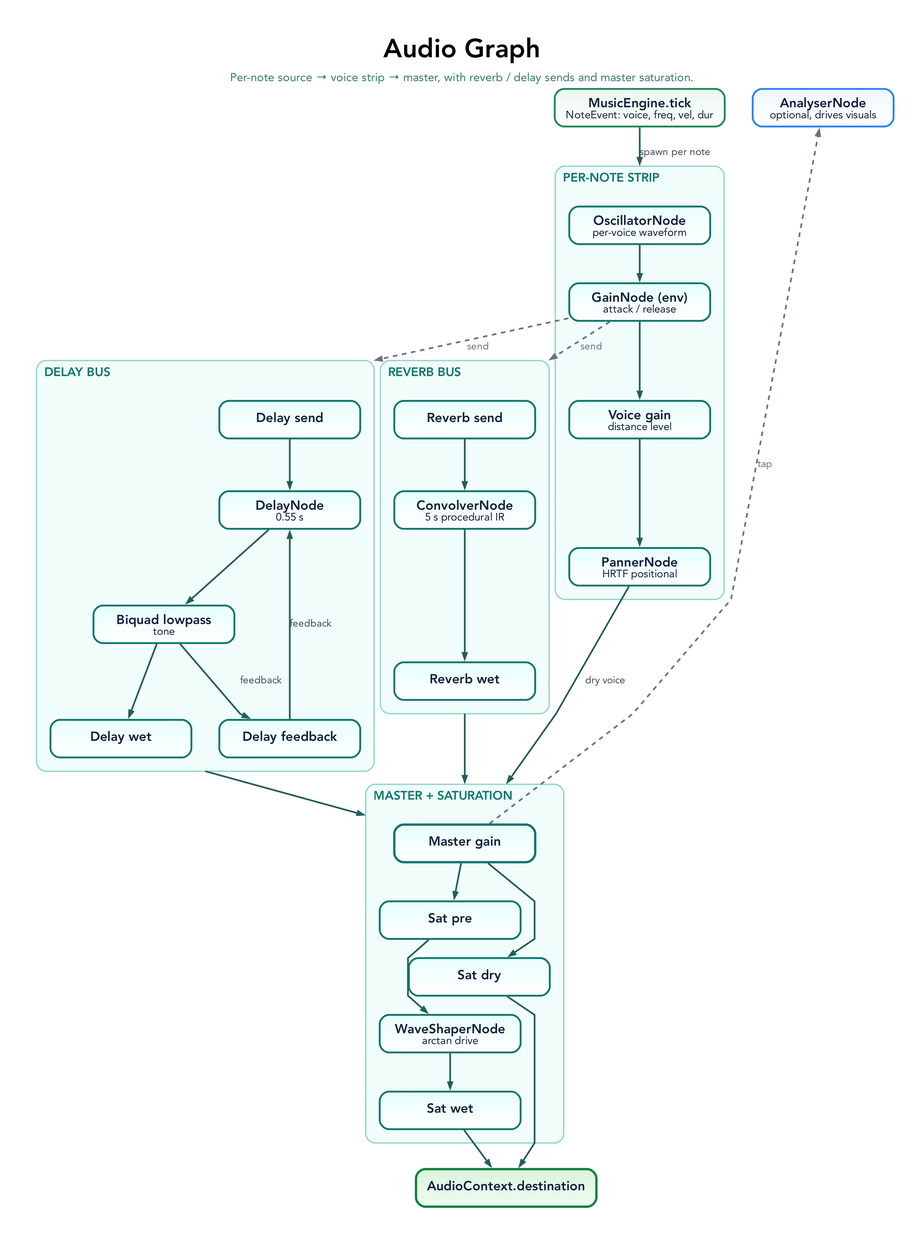
This is docs/diagrams/audio-graph.png from tre-systems/geno-1, a Graphviz export, as it was before one commit. Its source is kept beside it as docs/diagrams/audio-graph.dot.
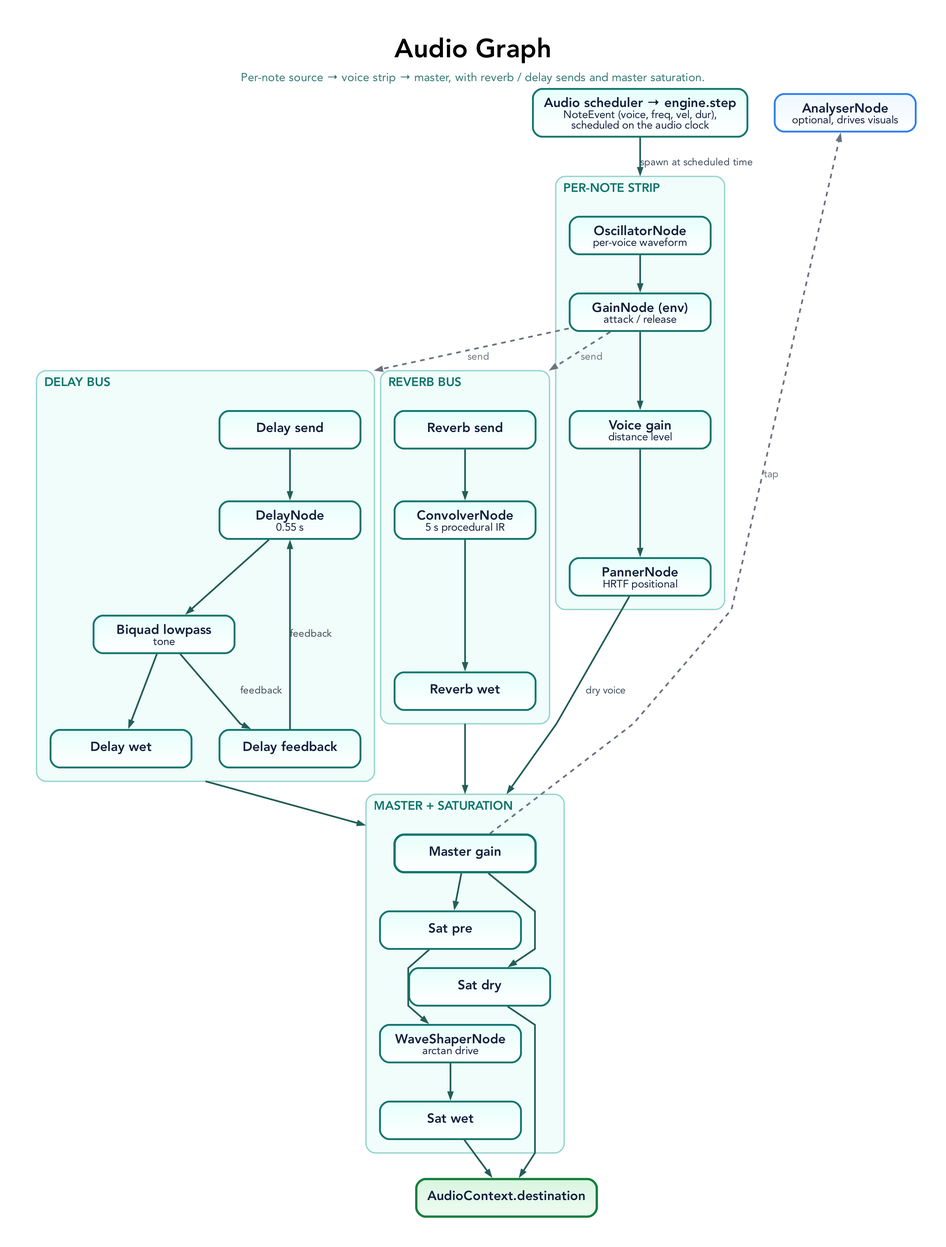
Later version of the same file.

Commit message:
docs: sync architecture docs + diagrams to the audio scheduler

Diff of the diagram source:
```diff
@@ -46,7 +46,7 @@
     arrowsize=0.78
   ];
 
-  ENG [label=<<B>MusicEngine.tick</B><BR/><FONT POINT-SIZE="14">NoteEvent: voice, freq, vel, dur</FONT>>, fillcolor="#eaf8ef:#ffffff", color="#22865a"];
+  ENG [label=<<B>Audio scheduler → engine.step</B><BR/><FONT POINT-SIZE="14">NoteEvent (voice, freq, vel, dur),<BR/>scheduled on the audio clock</FONT>>, fillcolor="#e6fffb:#ffffff", color="#0f766e"];
 
   subgraph cluster_voice {
     graph [
@@ -103,7 +103,7 @@
   DEST [label=<<B>AudioContext.destination</B>>, fillcolor="#d8f5de:#effcf2", color="#15803d", penwidth=3.0];
   AN   [label=<<B>AnalyserNode</B><BR/><FONT POINT-SIZE="14">optional, drives visuals</FONT>>, fillcolor="#edf7ff:#ffffff", color="#2f80ed"];
 
-  ENG -> OSC [label="spawn per note", lhead=cluster_voice];
+  ENG -> OSC [label="spawn at scheduled time", lhead=cluster_voice];
   PAN -> MAS [label="dry voice", lhead=cluster_master];
   ENV -> DS  [label="send", style=dashed, color="#6b7280", fontcolor="#6b7280", lhead=cluster_delay];
   ENV -> RS  [label="send", style=dashed, color="#6b7280", fontcolor="#6b7280", lhead=cluster_reverb];
```
